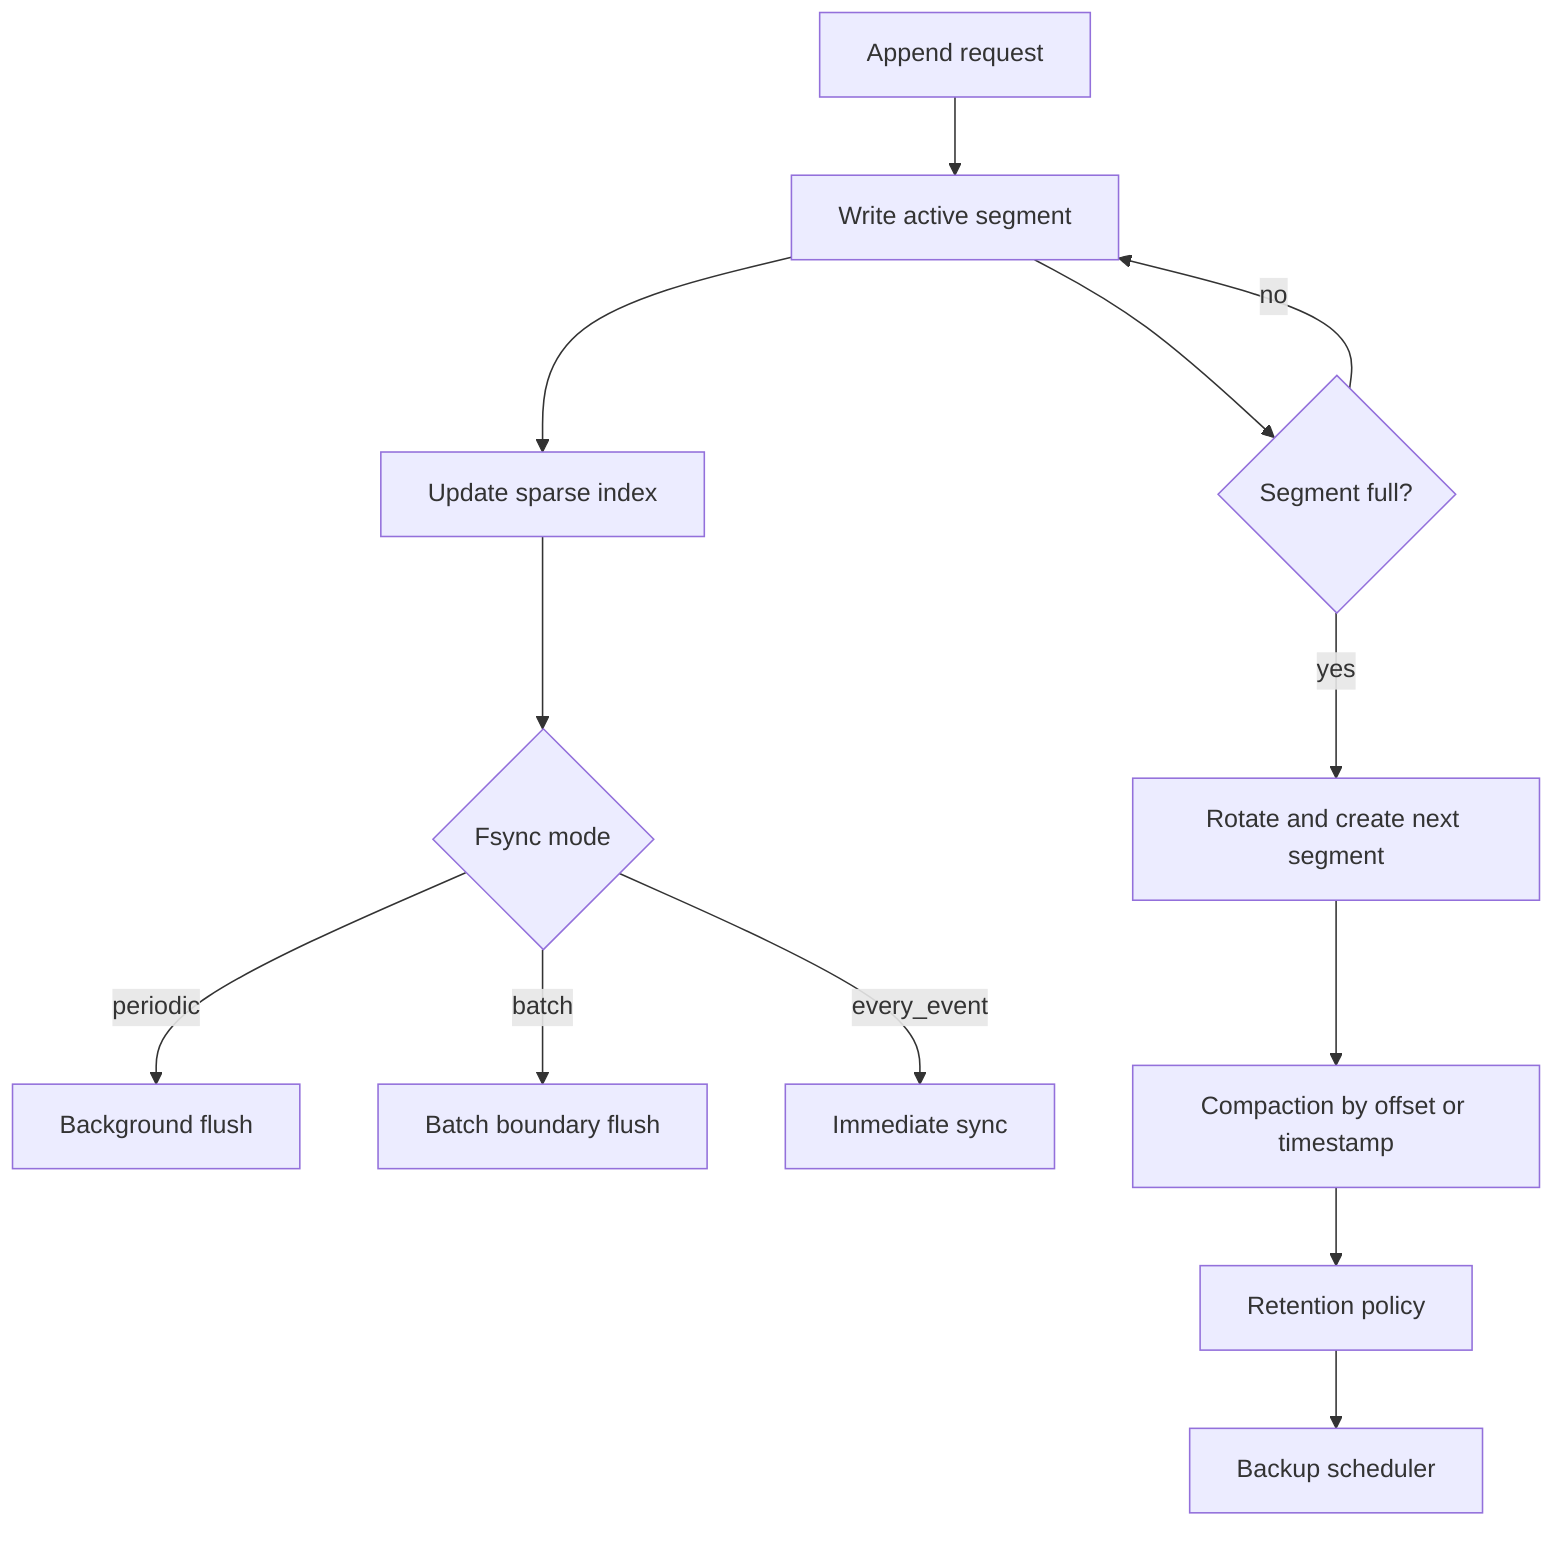
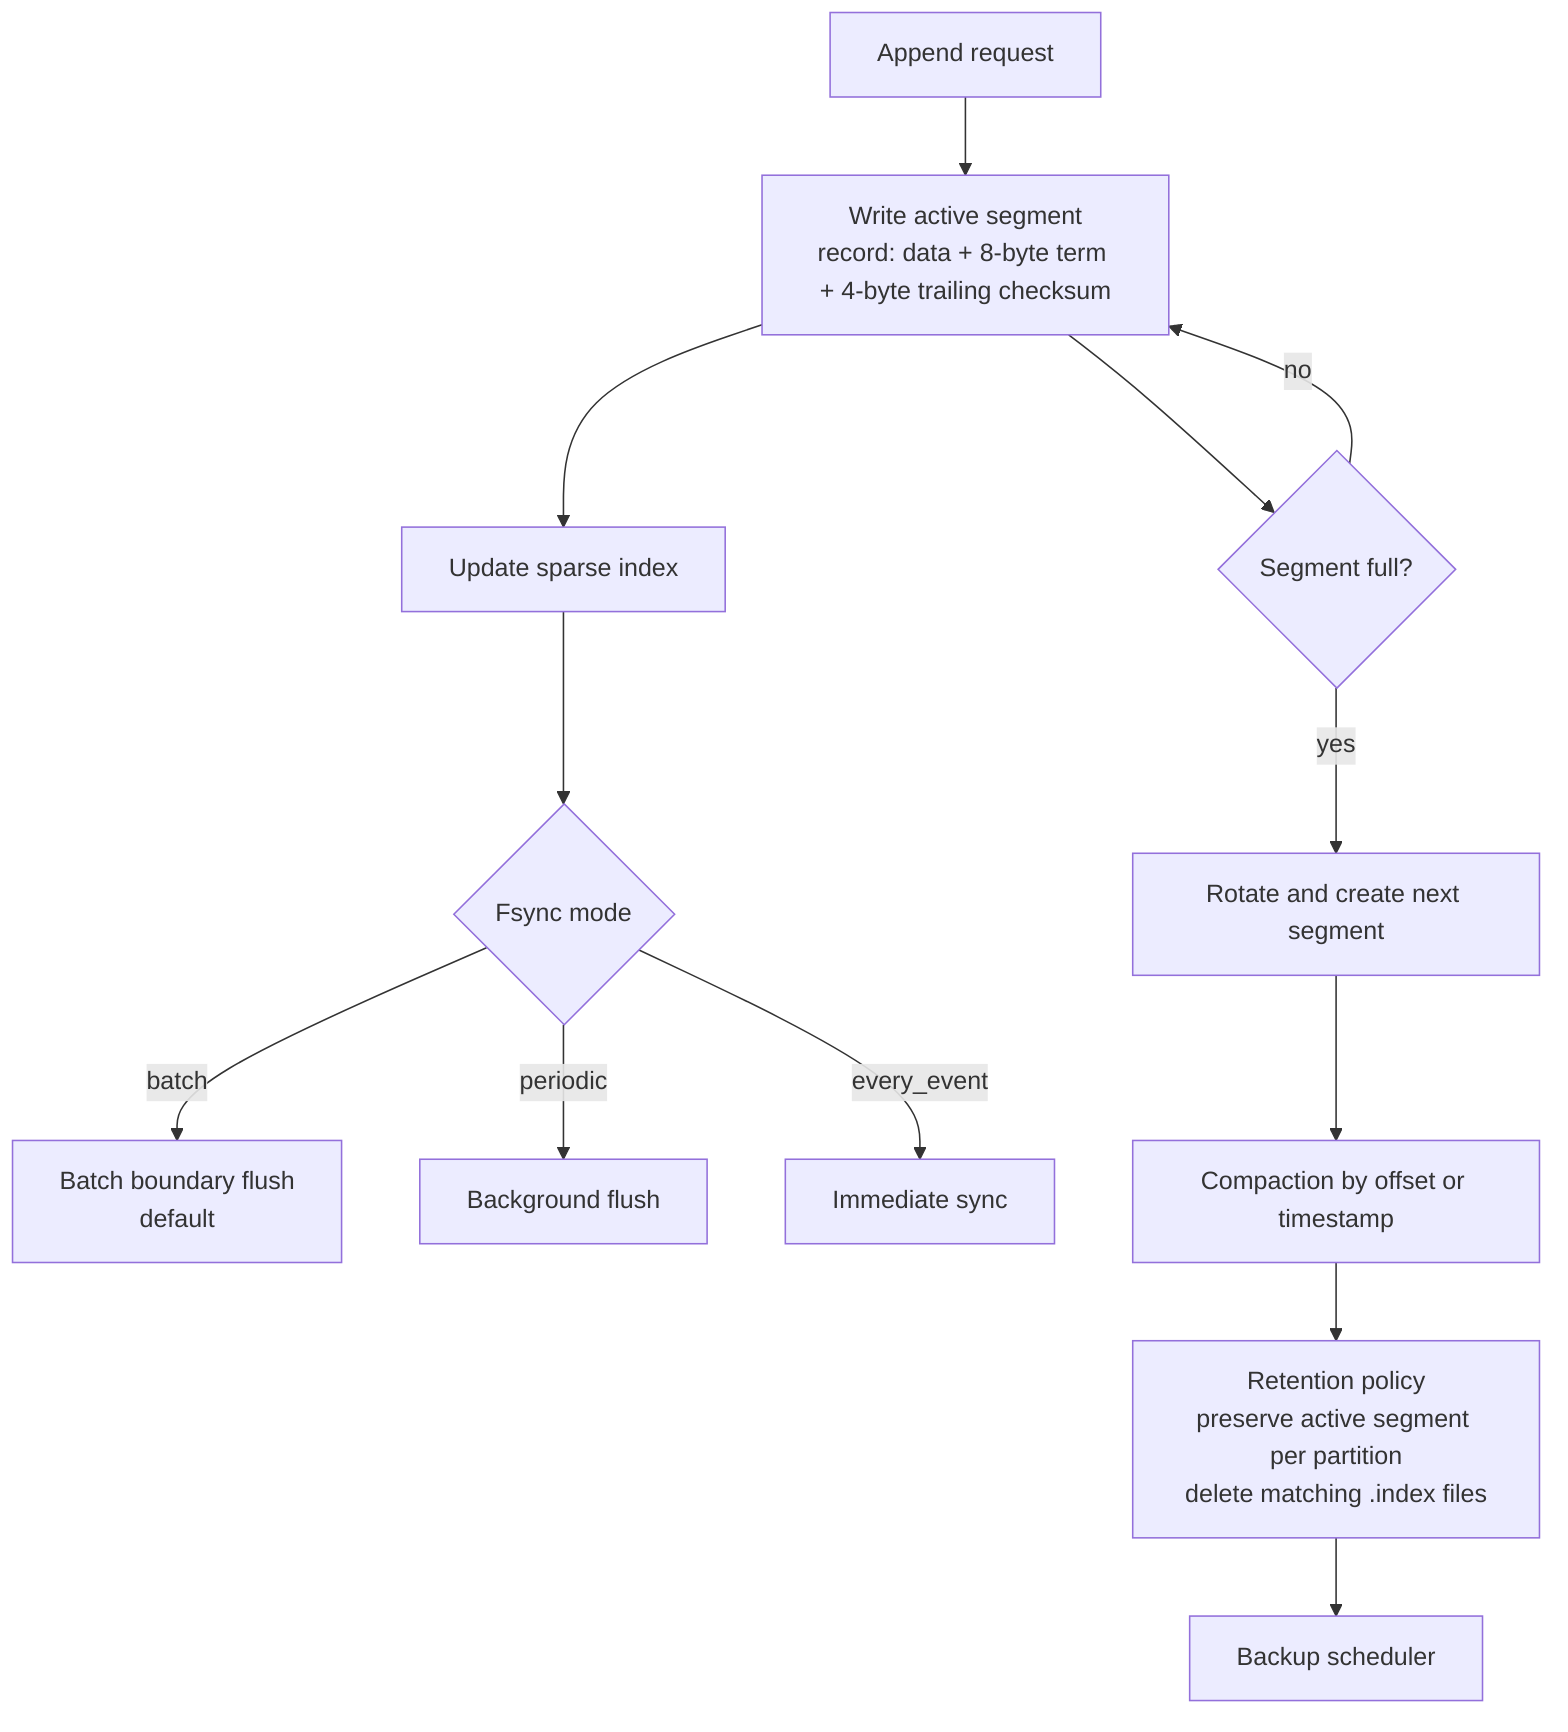
flowchart TB
-     Append[Append request] --> Active[Write active segment]
+     Append[Append request] --> Active[Write active segment<br/>record: data + 8-byte term + 4-byte trailing checksum]
    Active --> Index[Update sparse index]
    Index --> Flush{Fsync mode}
+     Flush -- batch --> BatchFlush[Batch boundary flush<br/>default]
    Flush -- periodic --> TimerFlush[Background flush]
-     Flush -- batch --> BatchFlush[Batch boundary flush]
    Flush -- every_event --> SyncNow[Immediate sync]
    Active --> Rotate{Segment full?}
    Rotate -- yes --> NewSegment[Rotate and create next segment]
    Rotate -- no --> Active
    NewSegment --> Compaction[Compaction by offset or timestamp]
-     Compaction --> Retention[Retention policy]
+     Compaction --> Retention[Retention policy<br/>preserve active segment per partition<br/>delete matching .index files]
    Retention --> Backup[Backup scheduler]